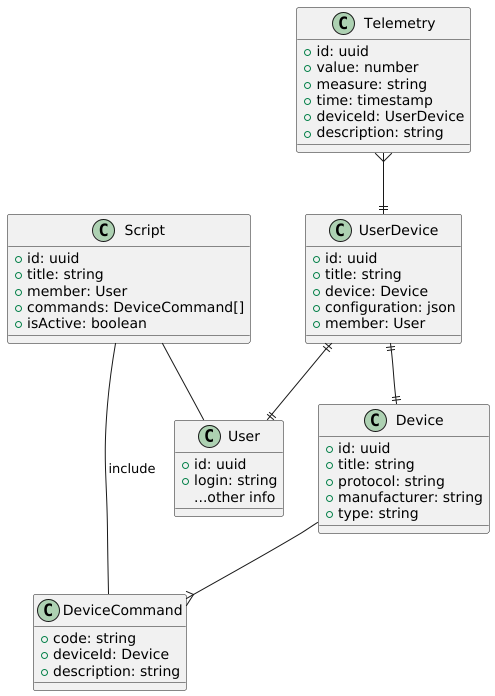
The PlantUML diagram diagrams/1-3/SmartHomeApp_ER.png in RomSnow/architecture-sprint-3, before a commit.
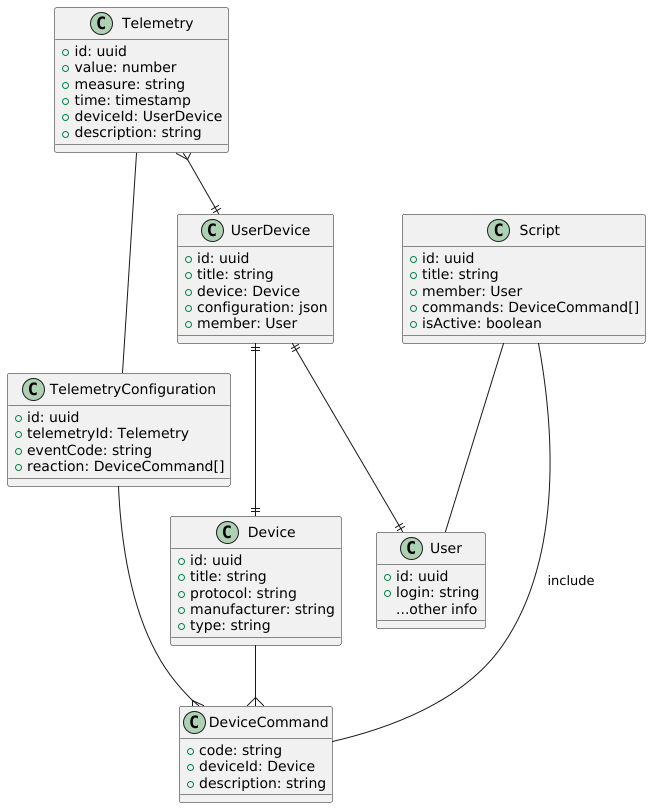
After the change.

Diff of the diagram source:
```diff
@@ -37,6 +37,13 @@
     +description: string
 }
 
+class TelemetryConfiguration {
+    +id: uuid
+    +telemetryId: Telemetry
+    +eventCode: string
+    +reaction: DeviceCommand[]
+}
+
 class Script {
     +id: uuid
     +title: string
@@ -49,6 +56,8 @@
 UserDevice ||--|| Device
 Device --{ DeviceCommand
 Telemetry }--|| UserDevice
+Telemetry -- TelemetryConfiguration
+TelemetryConfiguration --{ DeviceCommand
 Script -- User
 Script -- DeviceCommand: include
 
```
